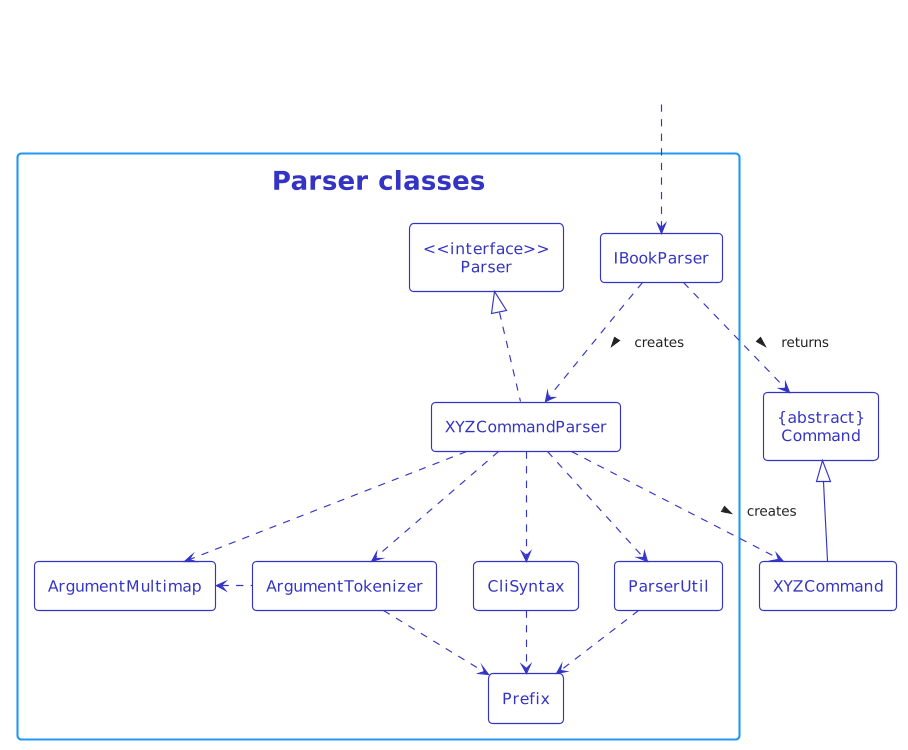
The PlantUML diagram docs/images/ParserClasses.png in nus-cs2103-AY2122S2/tp, before a commit.
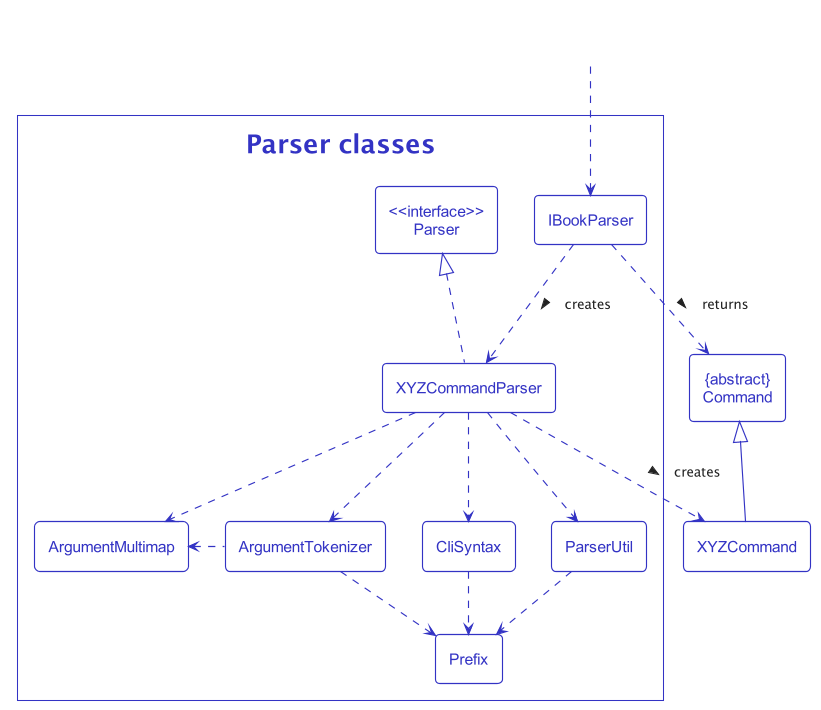
After the commit.

Diff of the diagram source:
```diff
@@ -1,116 +1,20 @@
 @startuml
-!theme materia-outline
-
-
-!define UI_COLOR #1D8900
-!define UI_COLOR_T1 #83E769
-!define UI_COLOR_T2 #3FC71B
-!define UI_COLOR_T3 #166800
-!define UI_COLOR_T4 #0E4100
-
-!define LOGIC_COLOR #3333C4
-!define LOGIC_COLOR_T1 #C8C8FA
-!define LOGIC_COLOR_T2 #6A6ADC
-!define LOGIC_COLOR_T3 #1616B0
-!define LOGIC_COLOR_T4 #101086
-
-!define MODEL_COLOR #9D0012
-!define MODEL_COLOR_T1 #F97181
-!define MODEL_COLOR_T2 #E41F36
-!define MODEL_COLOR_T3 #7B000E
-!define MODEL_COLOR_T4 #51000A
-
-!define STORAGE_COLOR #A38300
-!define STORAGE_COLOR_T1 #FFE374
-!define STORAGE_COLOR_T2 #EDC520
-!define STORAGE_COLOR_T3 #806600
-!define STORAGE_COLOR_T2 #544400
-
-!define USER_COLOR #000000
-
-skinparam BackgroundColor #FFFFFFF
-
-skinparam Class {
-    FontName Arial
-    FontSize 15
-    StereotypeFontSize 13
-    BorderThickness 1.1
-}
-
-skinparam Actor {
-    BorderColor USER_COLOR
-    Color USER_COLOR
-    FontName Arial
-}
-
-skinparam Arrow {
-    Color #000000
-    FontSize 13
-    Thickness 1.1
-}
-
-skinparam Sequence {
-    MessageAlign center
-
-    BoxFontSize 15
-    BoxPadding 0
-    BoxFontColor #FFFFFF
-    BoxBorderColor #FFFFFF
-
-    FontColor #000000
-    FontName Arial
-
-    LifelineBorderColor #000000
-    LifelineBackgroundColor #FFFFFF
-}
-
-skinparam Participant {
-    FontColor #FFFFFFF
-    Padding 10
-    BorderColor #000000
-}
-
-skinparam Package {
-    Style Rectangle
-}
-
-skinparam MinClassWidth 50
-skinparam Shadowing false
-skinparam DefaultTextAlignment center
-skinparam TitleFontSize 25
-
-!procedure $OverrideTheme($theme_color)
-    skinparam TitleFontColor $theme_color
-    skinparam ArrowColor $theme_color
-    skinparam Class {
-        FontColor $theme_color
-        StereotypeFontColor $theme_color
-        BorderColor $theme_color
-
-        FontColor<<Hidden>> #FFFFFF
-        StereotypeFontColor<<Hidden>> #FFFFFF
-        BorderColor<<Hidden>> #FFFFFF
-    }
-!endprocedure
-
-hide footbox
-hide members
-hide circle
+!include Style.puml
 
 $OverrideTheme(LOGIC_COLOR)
 
-class "{abstract}\nCommand" as Command
-class XYZCommand
+class "{abstract}\nCommand" as Command<<Logic>>
+class XYZCommand<<Logic>>
 
-package "Parser classes" {
-    class "<<interface>>\nParser" as Parser
-    class IBookParser
-    class XYZCommandParser
-    class CliSyntax
-    class ParserUtil
-    class ArgumentMultimap
-    class ArgumentTokenizer
-    class Prefix
+package "Parser classes"<<Logic>> {
+    class "<<interface>>\nParser" as Parser<<Logic>>
+    class IBookParser<<Logic>>
+    class XYZCommandParser<<Logic>>
+    class CliSyntax<<Logic>>
+    class ParserUtil<<Logic>>
+    class ArgumentMultimap<<Logic>>
+    class ArgumentTokenizer<<Logic>>
+    class Prefix<<Logic>>
 }
 
 class HiddenOutside<<Hidden>>
```
